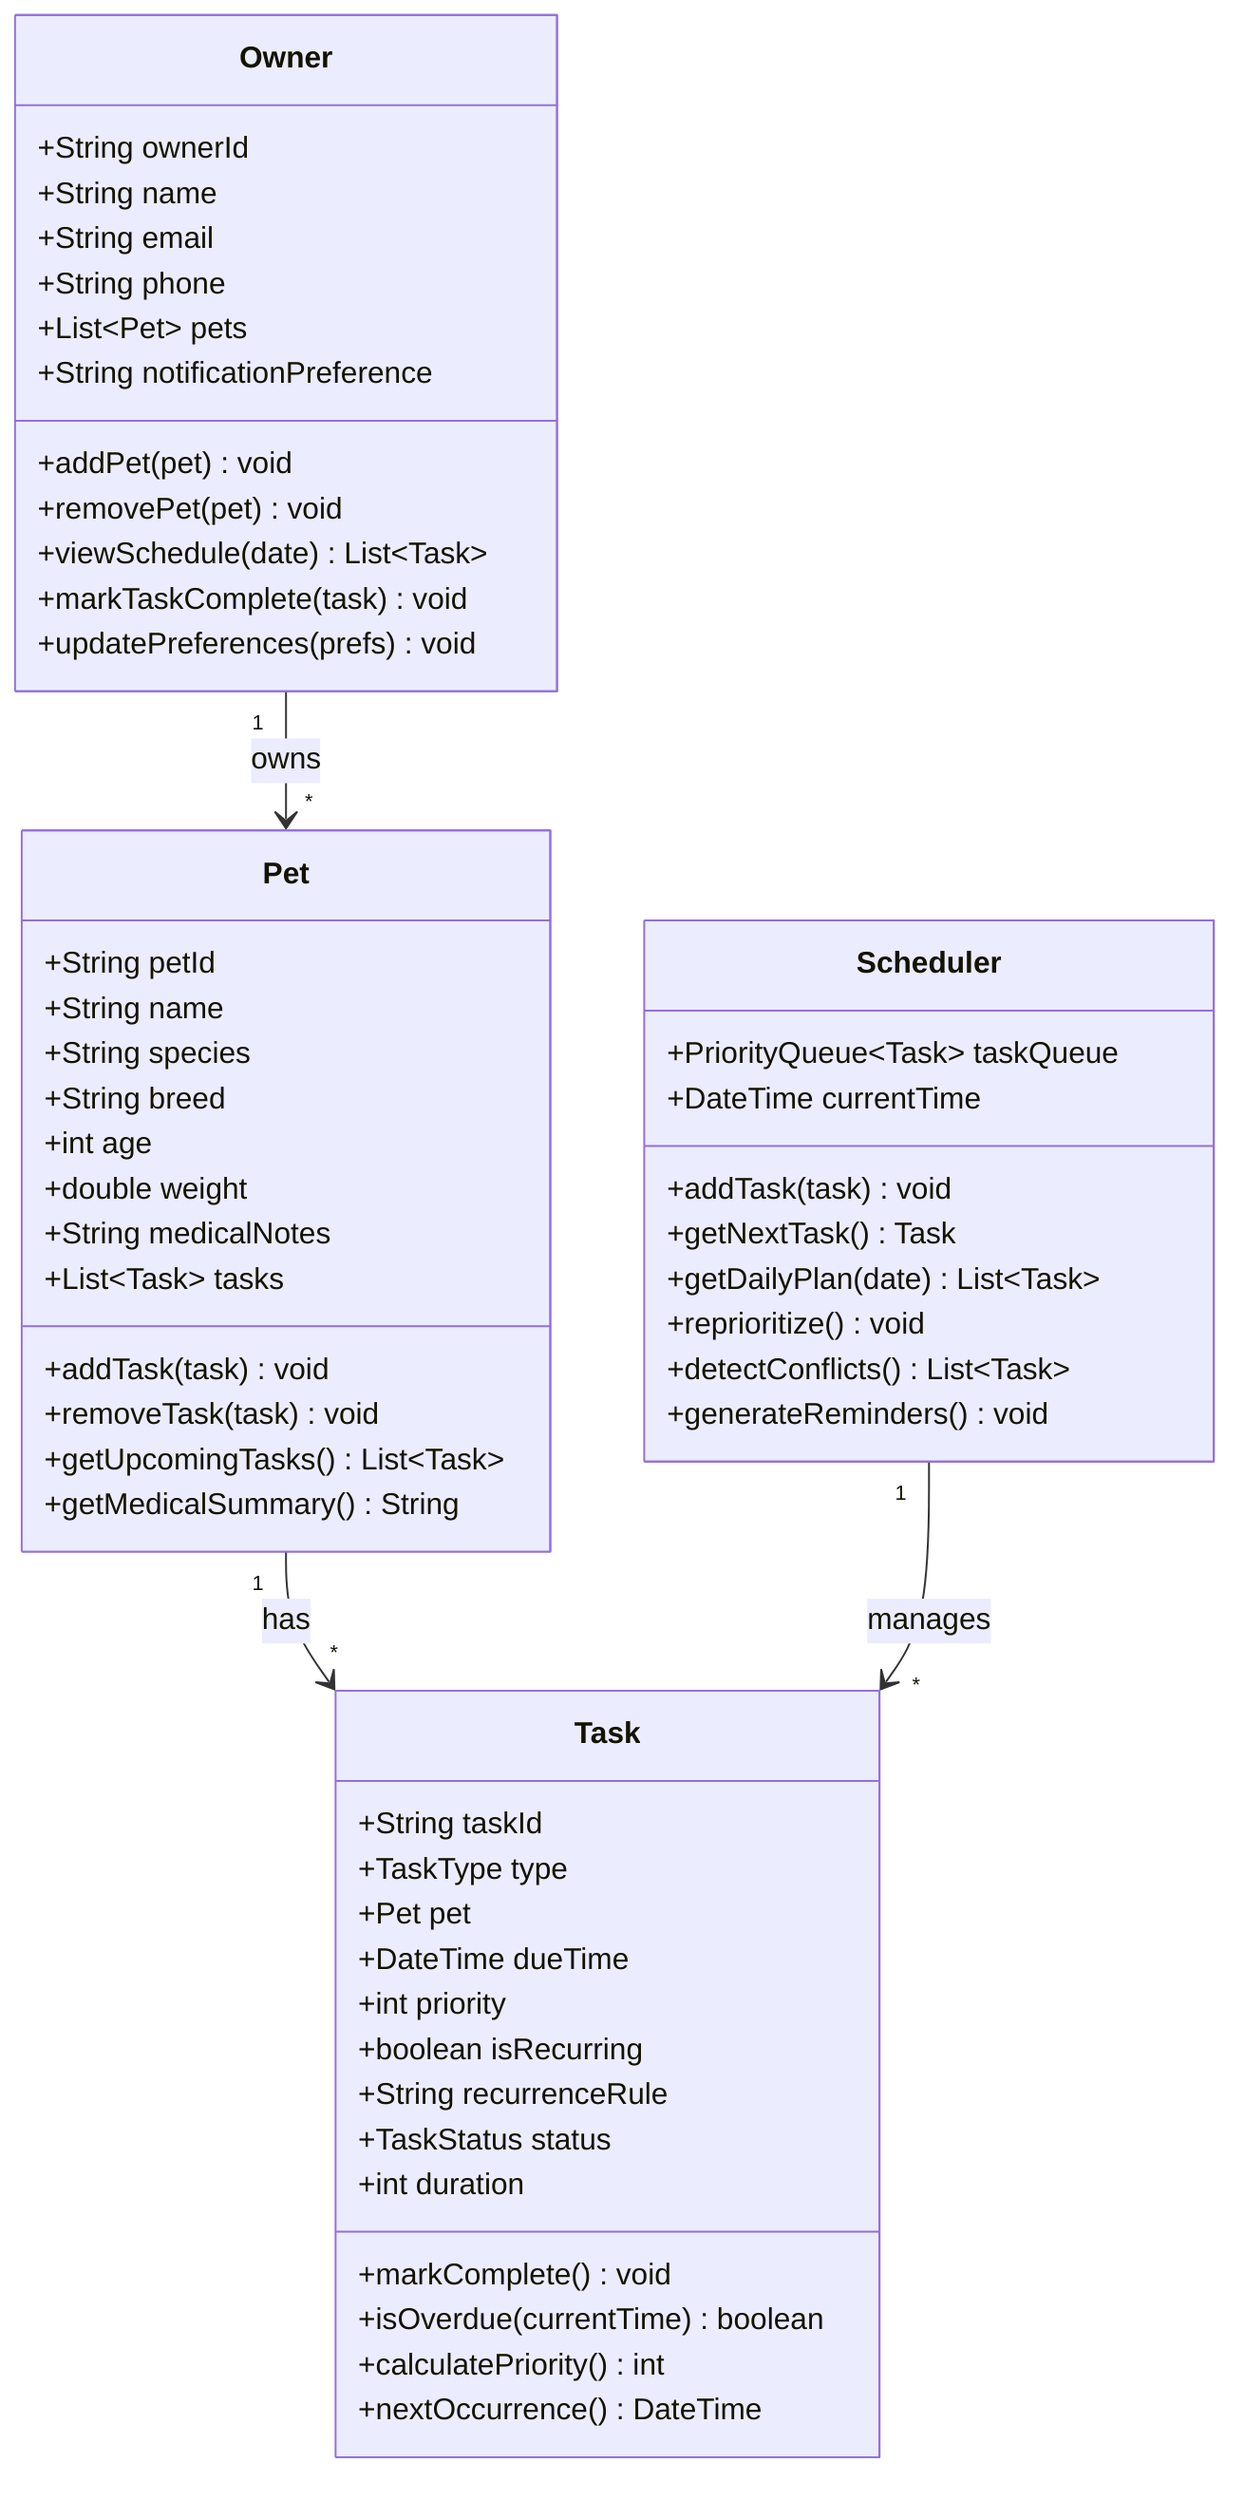
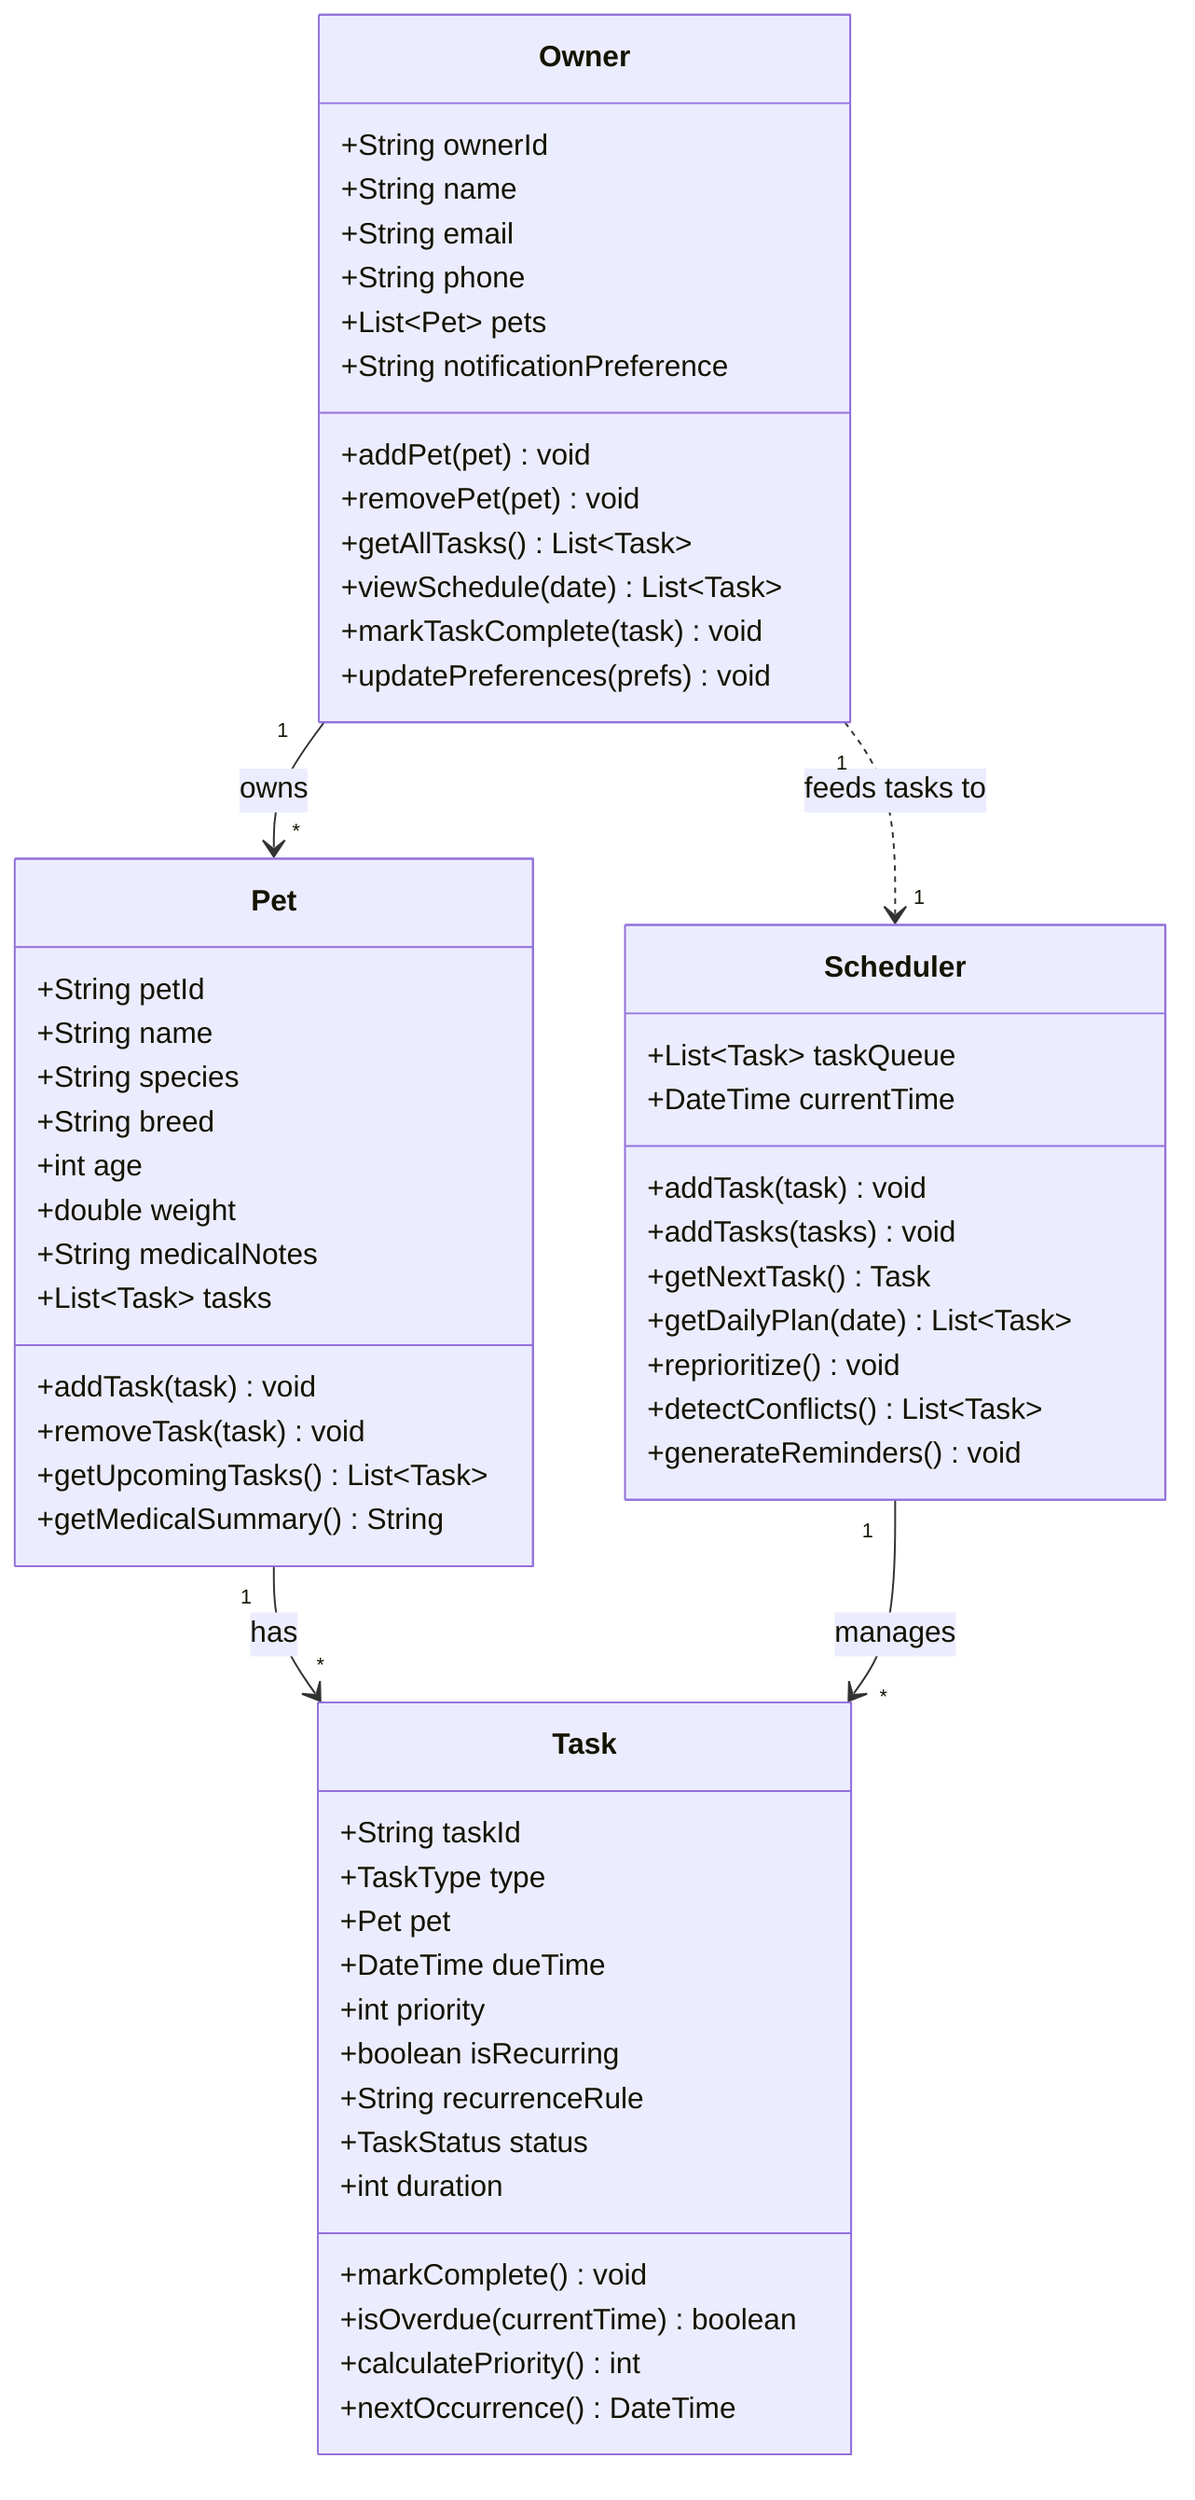
classDiagram
    class Owner {
        +String ownerId
        +String name
        +String email
        +String phone
        +List~Pet~ pets
        +String notificationPreference
        +addPet(pet) void
        +removePet(pet) void
+         +getAllTasks() List~Task~
        +viewSchedule(date) List~Task~
        +markTaskComplete(task) void
        +updatePreferences(prefs) void
    }

    class Pet {
        +String petId
        +String name
        +String species
        +String breed
        +int age
        +double weight
        +String medicalNotes
        +List~Task~ tasks
        +addTask(task) void
        +removeTask(task) void
        +getUpcomingTasks() List~Task~
        +getMedicalSummary() String
    }

    class Task {
        +String taskId
        +TaskType type
        +Pet pet
        +DateTime dueTime
        +int priority
        +boolean isRecurring
        +String recurrenceRule
        +TaskStatus status
        +int duration
        +markComplete() void
        +isOverdue(currentTime) boolean
        +calculatePriority() int
        +nextOccurrence() DateTime
    }

    class Scheduler {
-         +PriorityQueue~Task~ taskQueue
+         +List~Task~ taskQueue
        +DateTime currentTime
        +addTask(task) void
+         +addTasks(tasks) void
        +getNextTask() Task
        +getDailyPlan(date) List~Task~
        +reprioritize() void
        +detectConflicts() List~Task~
        +generateReminders() void
    }

    Owner "1" --> "*" Pet : owns
    Pet "1" --> "*" Task : has
+     Owner "1" ..> "1" Scheduler : feeds tasks to
    Scheduler "1" --> "*" Task : manages
